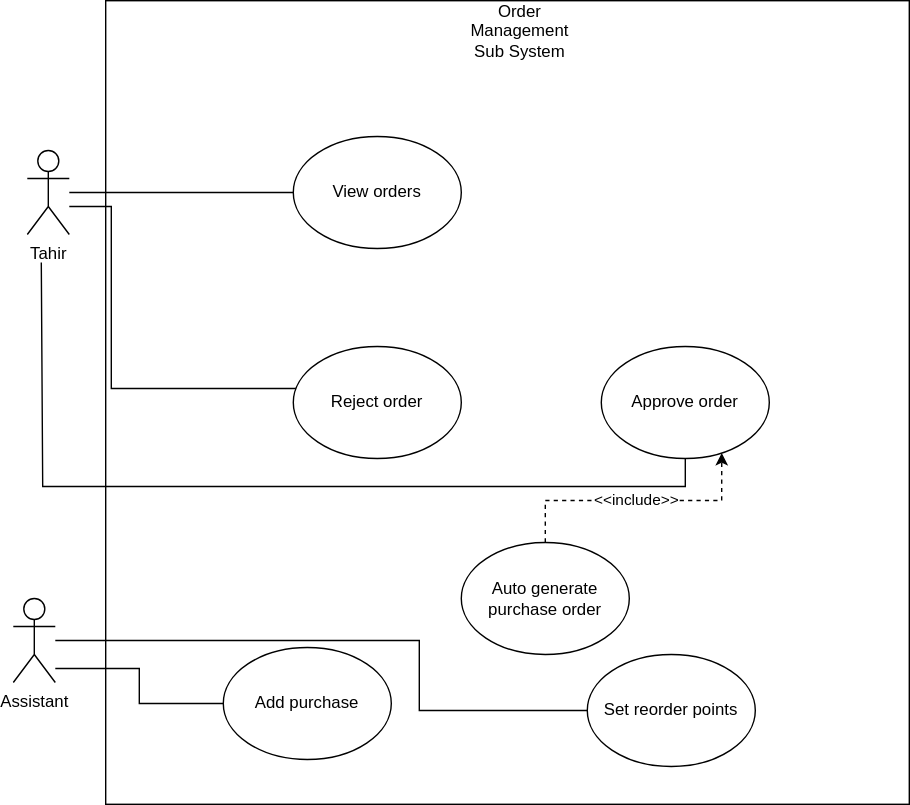
Simamkele88/IFM3_GP keeps this draw.io diagram as order.svg. Above is the earlier version. Source tidied: cells renumbered, new cells last; positions are measured from the earlier drawing's top-left corner, leaving out a move shared by most shapes.
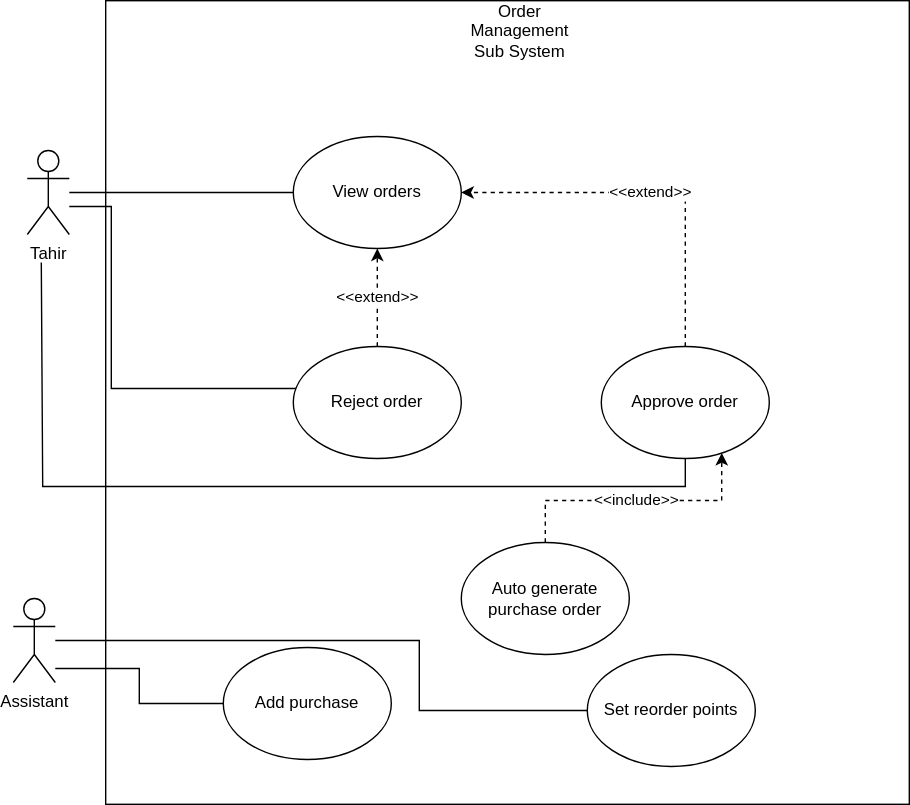
After the change.

The edit, as a diff of the source:
```diff
@@ -16,6 +16,9 @@
         </Array>
       </mxGeometry>
     </mxCell>
+    <mxCell id="18" value="&amp;lt;&amp;lt;extend&amp;gt;&amp;gt;" style="edgeStyle=orthogonalEdgeStyle;rounded=0;jettySize=auto;html=1;dashed=1;" parent="1" edge="1" source="5" target="3">
+      <mxGeometry relative="1" as="geometry" />
+    </mxCell>
     <mxCell id="5" value="Reject order" style="ellipse;whiteSpace=wrap;html=1;" parent="1" vertex="1">
       <mxGeometry x="200" y="247" width="120" height="80" as="geometry" />
     </mxCell>
@@ -28,6 +31,13 @@
         </Array>
       </mxGeometry>
     </mxCell>
+    <mxCell id="19" value="&amp;lt;&amp;lt;extend&amp;gt;&amp;gt;" style="edgeStyle=orthogonalEdgeStyle;rounded=0;jettySize=auto;html=1;entryX=1;entryY=0.5;entryDx=0;entryDy=0;dashed=1;" parent="1" edge="1" source="7" target="3">
+      <mxGeometry relative="1" as="geometry">
+        <Array as="points">
+          <mxPoint x="480" y="137" />
+        </Array>
+      </mxGeometry>
+    </mxCell>
     <mxCell id="7" value="Approve order" style="ellipse;whiteSpace=wrap;html=1;" parent="1" vertex="1">
       <mxGeometry x="420" y="247" width="120" height="80" as="geometry" />
     </mxCell>
```
